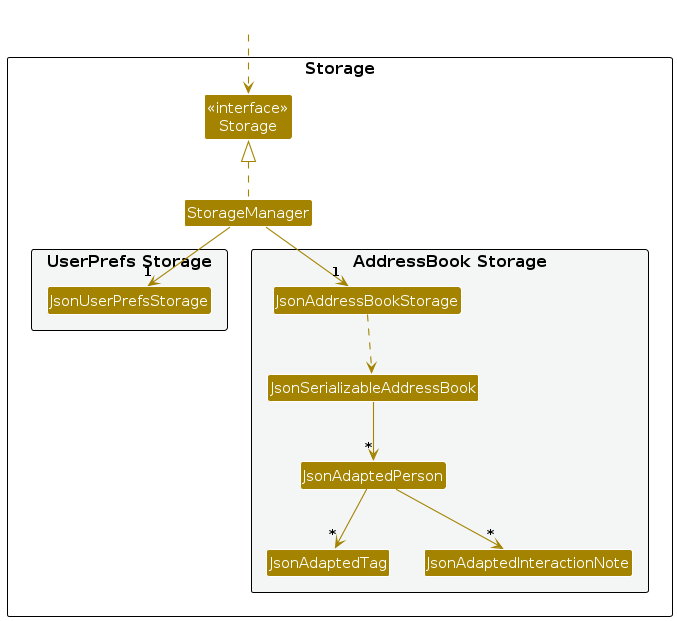
AY2627S1-CS2103T-F14a-4/tp keeps this PlantUML diagram as diagrams/StorageClassDiagram.png. Above is the earlier version. Its source is kept beside it as diagrams/StorageClassDiagram.puml. Its diagram source:
```plantuml
@startuml
!include style.puml
skinparam arrowThickness 1.1
skinparam arrowColor STORAGE_COLOR
skinparam classBackgroundColor STORAGE_COLOR

package Storage as StoragePackage {

Class "<<interface>>\nStorage" as Storage
Class StorageManager

package "UserPrefs Storage" #F4F6F6{
Class JsonUserPrefsStorage
}

package "AddressBook Storage" #F4F6F6{
Class JsonAddressBookStorage
Class JsonSerializableAddressBook
Class JsonAdaptedPerson
Class JsonAdaptedTag
Class JsonAdaptedInteractionNote
}

}

Class HiddenOutside #FFFFFF
HiddenOutside ..> Storage

StorageManager .up.|> Storage
StorageManager -down-> "1" JsonUserPrefsStorage
StorageManager -down-> "1" JsonAddressBookStorage

JsonAddressBookStorage ..> JsonSerializableAddressBook
JsonSerializableAddressBook --> "*" JsonAdaptedPerson
JsonAdaptedPerson --> "*" JsonAdaptedTag
JsonAdaptedPerson --> "*" JsonAdaptedInteractionNote

@enduml
```
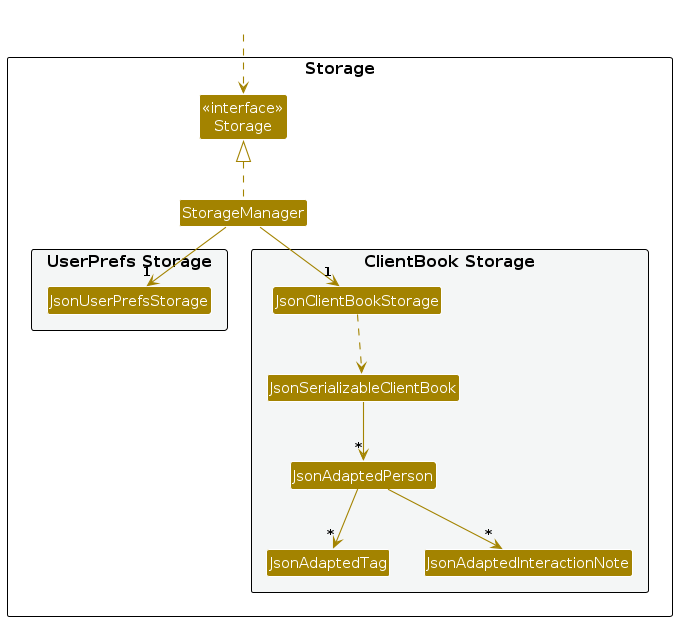
Above is the later version.

Diff of the diagram source:
```diff
@@ -13,9 +13,9 @@
 Class JsonUserPrefsStorage
 }
 
-package "AddressBook Storage" #F4F6F6{
-Class JsonAddressBookStorage
-Class JsonSerializableAddressBook
+package "ClientBook Storage" #F4F6F6{
+Class JsonClientBookStorage
+Class JsonSerializableClientBook
 Class JsonAdaptedPerson
 Class JsonAdaptedTag
 Class JsonAdaptedInteractionNote
@@ -28,10 +28,10 @@
 
 StorageManager .up.|> Storage
 StorageManager -down-> "1" JsonUserPrefsStorage
-StorageManager -down-> "1" JsonAddressBookStorage
+StorageManager -down-> "1" JsonClientBookStorage
 
-JsonAddressBookStorage ..> JsonSerializableAddressBook
-JsonSerializableAddressBook --> "*" JsonAdaptedPerson
+JsonClientBookStorage ..> JsonSerializableClientBook
+JsonSerializableClientBook --> "*" JsonAdaptedPerson
 JsonAdaptedPerson --> "*" JsonAdaptedTag
 JsonAdaptedPerson --> "*" JsonAdaptedInteractionNote
 
```
